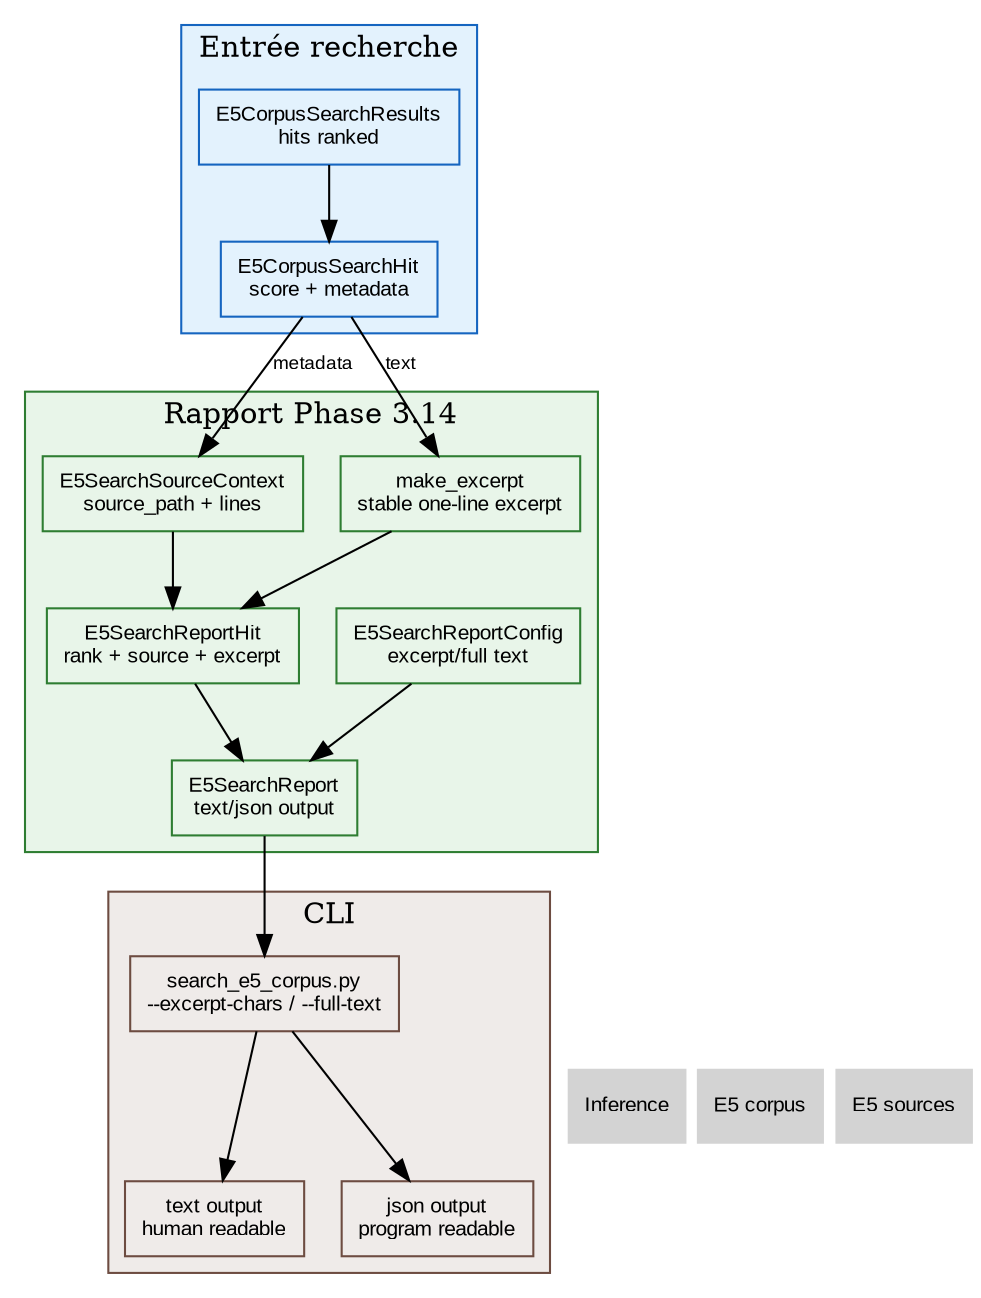
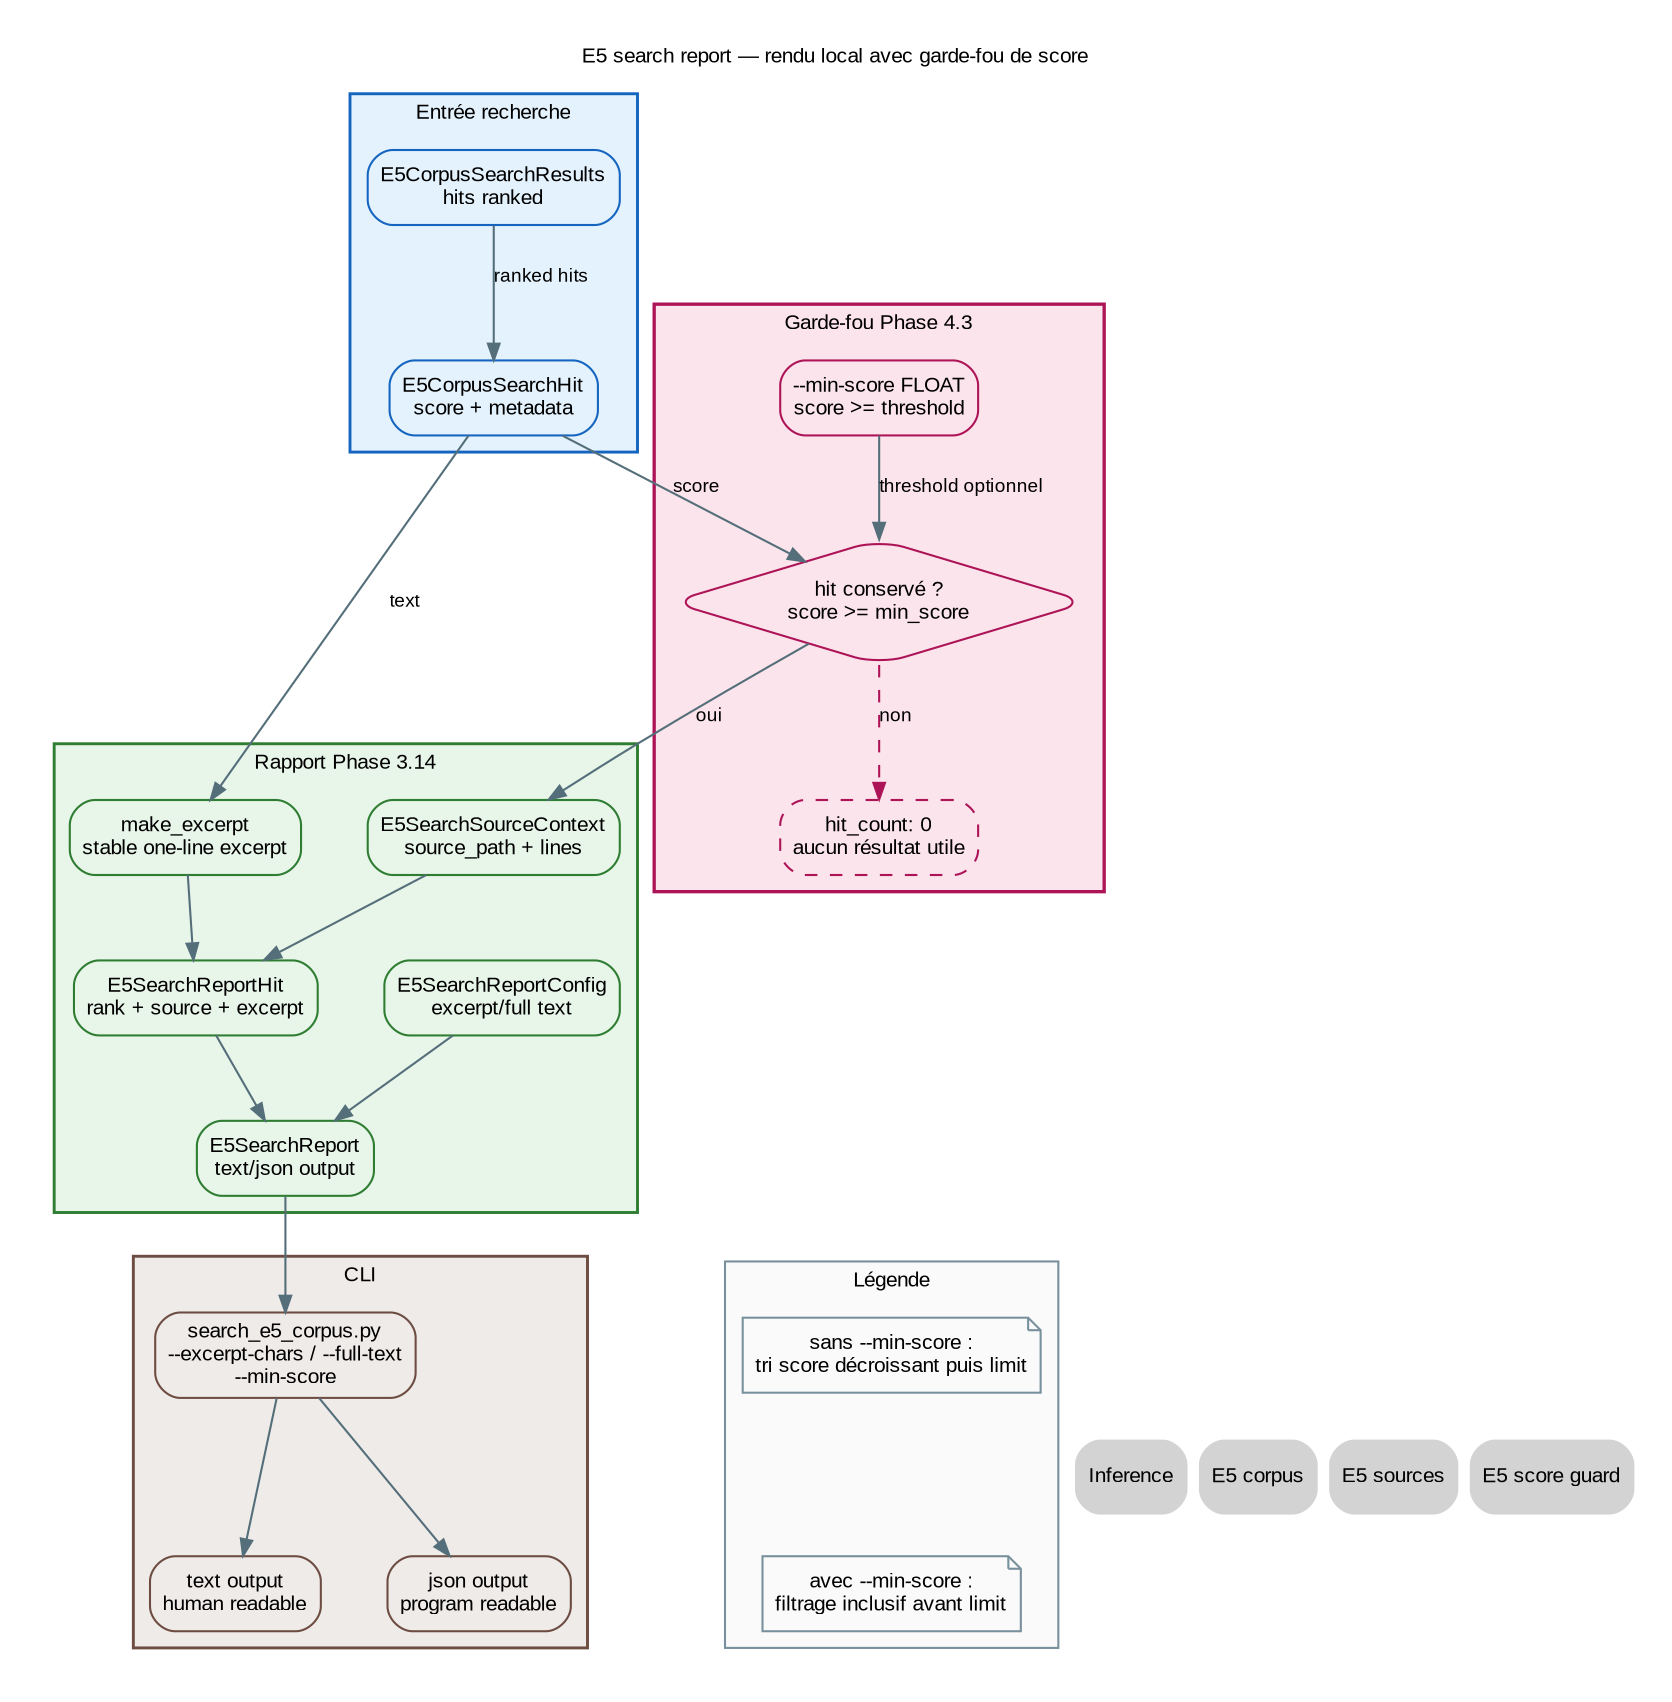
digraph E5SearchReport {
    // ROADMAP_ID: inference.e5_search_report
    // ROADMAP_PARENT: inference/50_e5_corpus.dot
    // ROADMAP_NOTE[phase3_14]:
    // Le rapport enrichit les résultats E5 locaux avec source_path, lignes,
    // chunk_index et extrait. Il rend le corpus local exploitable avant Qdrant.
+     // ROADMAP_NOTE[phase4_3]:
+     // Le garde-fou de score filtre les hits faibles avant rendu texte/JSON.
+     // Il ne change pas le format corpus et reste hors Scheduler/Qdrant.

    rankdir=TB;
-     node [shape=box, style=filled, fontname="Arial", fontsize=10];
-     edge [fontname="Arial", fontsize=9];
+     graph [
+         fontname="Arial",
+         fontsize=10,
+         labelloc="t",
+         label="E5 search report — rendu local avec garde-fou de score",
+         bgcolor="white",
+         pad=0.25,
+         nodesep=0.45,
+         ranksep=0.55
+     ];
+     node [shape=box, style="filled,rounded", fontname="Arial", fontsize=10, margin="0.09,0.06"];
+     edge [fontname="Arial", fontsize=9, color="#546e7a", arrowsize=0.8];

    subgraph cluster_input {
        label="Entrée recherche";
        color="#1565c0";
        bgcolor="#e3f2fd";
+         penwidth=1.4;
        node [fillcolor="#e3f2fd", color="#1565c0"];
+ 
        Results [label="E5CorpusSearchResults\nhits ranked", URL="50_e5_corpus.svg"];
        Hit [label="E5CorpusSearchHit\nscore + metadata", URL="50_e5_corpus.svg"];
+     }
+ 
+     subgraph cluster_guard {
+         label="Garde-fou Phase 4.3";
+         color="#ad1457";
+         bgcolor="#fce4ec";
+         penwidth=1.6;
+         node [fillcolor="#fce4ec", color="#ad1457"];
+ 
+         MinScore [label="--min-score FLOAT\nscore >= threshold", URL="57_e5_score_guard.svg"];
+         GuardDecision [shape=diamond, label="hit conservé ?\nscore >= min_score", URL="57_e5_score_guard.svg"];
+         Empty [label="hit_count: 0\naucun résultat utile", style="filled,rounded,dashed", URL="57_e5_score_guard.svg"];
    }

    subgraph cluster_report {
        label="Rapport Phase 3.14";
        color="#2e7d32";
        bgcolor="#e8f5e9";
+         penwidth=1.4;
        node [fillcolor="#e8f5e9", color="#2e7d32"];
+ 
        Config [label="E5SearchReportConfig\nexcerpt/full text"];
        SourceContext [label="E5SearchSourceContext\nsource_path + lines"];
        Excerpt [label="make_excerpt\nstable one-line excerpt"];
        ReportHit [label="E5SearchReportHit\nrank + source + excerpt"];
        Report [label="E5SearchReport\ntext/json output"];
    }

    subgraph cluster_cli {
        label="CLI";
        color="#6d4c41";
        bgcolor="#efebe9";
+         penwidth=1.4;
        node [fillcolor="#efebe9", color="#6d4c41"];
-         SearchCli [label="search_e5_corpus.py\n--excerpt-chars / --full-text"];
+ 
+         SearchCli [label="search_e5_corpus.py\n--excerpt-chars / --full-text\n--min-score", URL="57_e5_score_guard.svg"];
        TextOut [label="text output\nhuman readable"];
        JsonOut [label="json output\nprogram readable"];
    }

-     Results -> Hit;
+     subgraph cluster_legend {
+         label="Légende";
+         color="#78909c";
+         bgcolor="#fafafa";
+         penwidth=1.0;
+         node [shape=note, style="filled", fillcolor="#fafafa", color="#78909c"];
+ 
+         LegendDefault [label="sans --min-score :\ntri score décroissant puis limit"];
+         LegendGuard [label="avec --min-score :\nfiltrage inclusif avant limit"];
+     }
+ 
+     Results -> Hit [label="ranked hits"];
+     Hit -> GuardDecision [label="score"];
+     MinScore -> GuardDecision [label="threshold optionnel"];
+     GuardDecision -> SourceContext [label="oui"];
+     GuardDecision -> Empty [label="non", style=dashed, color="#ad1457"];
+ 
    Config -> Report;
-     Hit -> SourceContext [label="metadata"];
    Hit -> Excerpt [label="text"];
    SourceContext -> ReportHit;
    Excerpt -> ReportHit;
    ReportHit -> Report;
    Report -> SearchCli;
    SearchCli -> TextOut;
    SearchCli -> JsonOut;

+     LegendDefault -> LegendGuard [style=invis];
+ 
    Nav_Inference [label="Inference", shape=plaintext, URL="40_inference.svg"];
    Nav_E5Corpus [label="E5 corpus", shape=plaintext, URL="50_e5_corpus.svg"];
    Nav_E5Sources [label="E5 sources", shape=plaintext, URL="51_e5_sources.svg"];
+     Nav_E5ScoreGuard [label="E5 score guard", shape=plaintext, URL="57_e5_score_guard.svg"];

-     { rank=sink; Nav_Inference; Nav_E5Corpus; Nav_E5Sources; }
+     { rank=sink; Nav_Inference; Nav_E5Corpus; Nav_E5Sources; Nav_E5ScoreGuard; }
+ 
+     // HTML_DETAIL[phase4_3]:
+     // title: Garde-fou de score dans le rapport de recherche E5
+     // summary: Le seuil minimal ne modifie pas les embeddings ni le corpus.
+     // detail: Le filtre est appliqué après le calcul complet des scores et avant le limit/rendu.
+     // ui_hint: Afficher ce bloc comme note contextuelle en bas du graphe dans une future page HTML.
}
